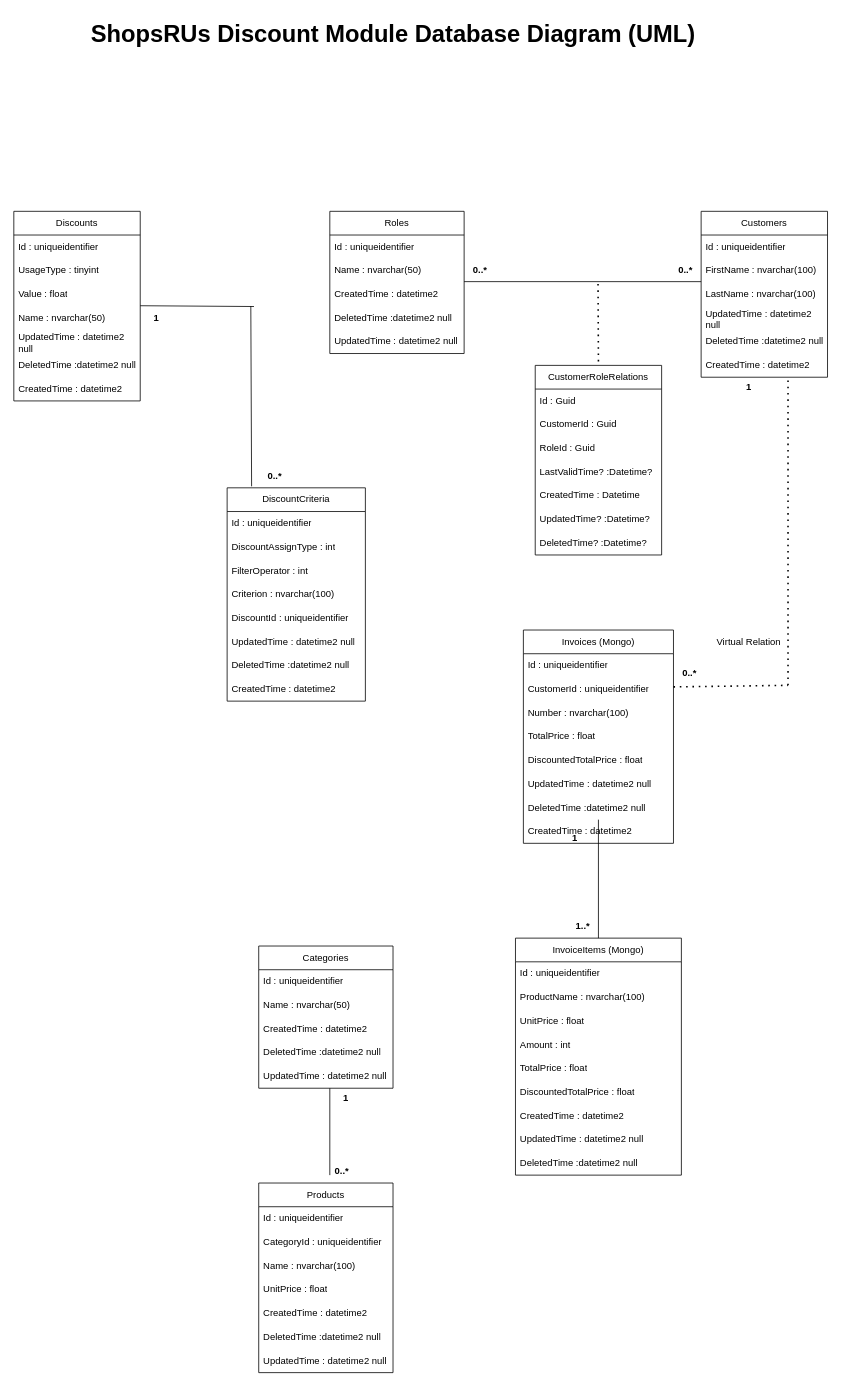
Above: _DbUml/db_uml.drawio in alperbasda/Shop (draw.io), before the change. Source tidied: cells renumbered, new cells numbered last; positions are measured from the earlier drawing's top-left corner, leaving out a move shared by most shapes. Both pictures are drawn from the tidied source at 79%, with x=0, y=0 at pixel (13, 13).
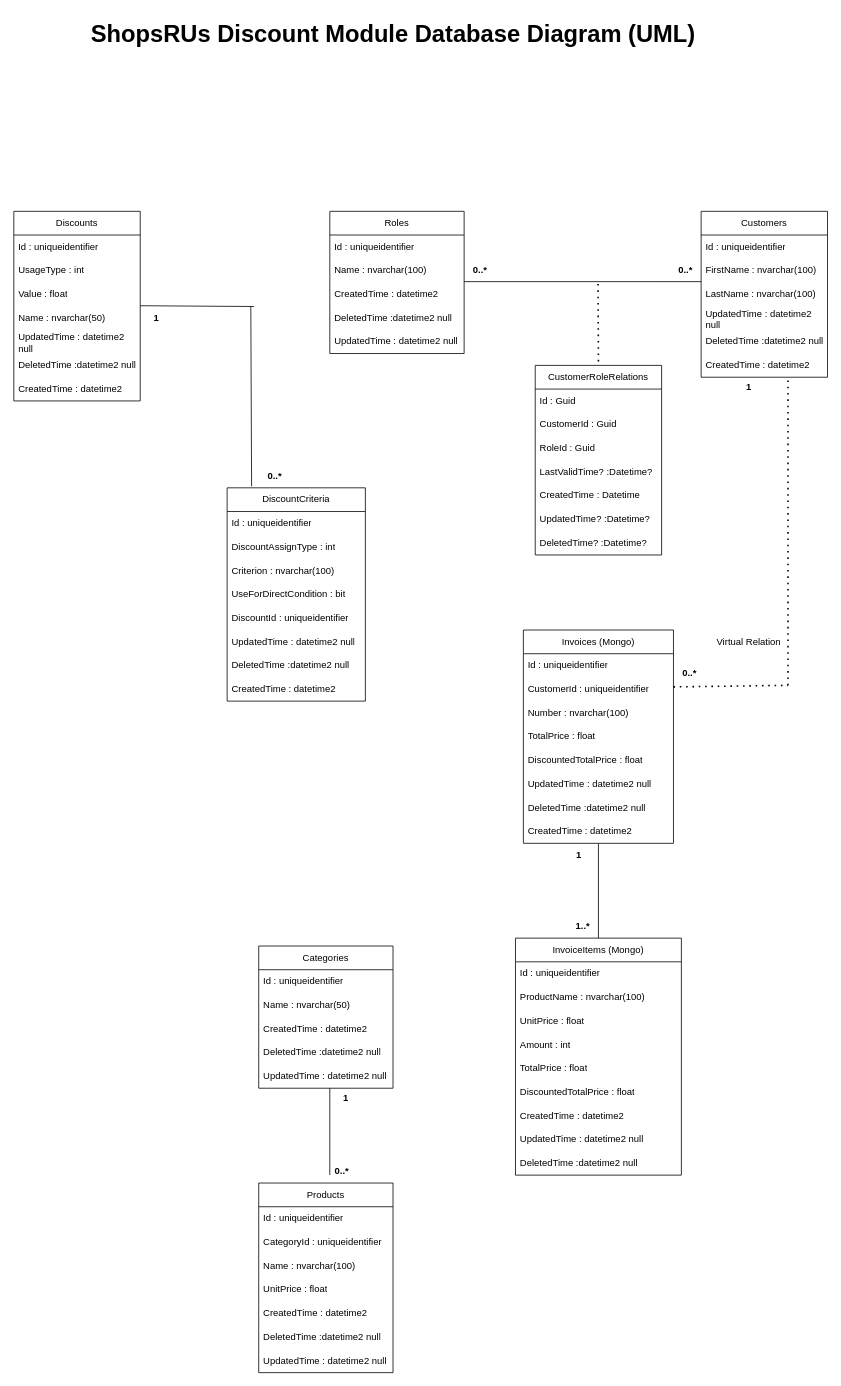
Above is the later version.

Unchanged cells that the change refers to:
```xml
<mxCell id="2" value="Roles" style="swimlane;fontStyle=0;horizontal=1;startSize=30;whiteSpace=wrap;html=1;" parent="1" vertex="1">
  <mxGeometry x="400" y="250" width="170" height="180" as="geometry" />
</mxCell>
<mxCell id="23" value="Discounts" style="swimlane;fontStyle=0;horizontal=1;startSize=30;whiteSpace=wrap;html=1;" parent="1" vertex="1">
  <mxGeometry y="250" width="160" height="240" as="geometry" />
</mxCell>
<mxCell id="31" value="DiscountCriteria" style="swimlane;fontStyle=0;horizontal=1;startSize=30;whiteSpace=wrap;html=1;" parent="1" vertex="1">
  <mxGeometry x="270" y="600" width="175" height="270" as="geometry" />
</mxCell>
<mxCell id="53" value="InvoiceItems (Mongo)" style="swimlane;fontStyle=0;horizontal=1;startSize=30;whiteSpace=wrap;html=1;" parent="1" vertex="1">
  <mxGeometry x="635" y="1170" width="210" height="300" as="geometry" />
</mxCell>
```

Change to the diagram source:
```diff
@@
-    <mxCell id="4" value="Name : nvarchar(50)" style="text;strokeColor=none;fillColor=none;align=left;verticalAlign=middle;spacingLeft=4;spacingRight=4;overflow=hidden;whiteSpace=wrap;html=1;" parent="2" vertex="1">
+    <mxCell id="4" value="Name : nvarchar(100)" style="text;strokeColor=none;fillColor=none;align=left;verticalAlign=middle;spacingLeft=4;spacingRight=4;overflow=hidden;whiteSpace=wrap;html=1;" parent="2" vertex="1">
       <mxGeometry y="60" width="170" height="30" as="geometry" />
     </mxCell>
@@
-    <mxCell id="25" value="UsageType :&amp;nbsp;tinyint" style="text;strokeColor=none;fillColor=none;align=left;verticalAlign=middle;spacingLeft=4;spacingRight=4;overflow=hidden;whiteSpace=wrap;html=1;" parent="23" vertex="1">
+    <mxCell id="25" value="UsageType : int" style="text;strokeColor=none;fillColor=none;align=left;verticalAlign=middle;spacingLeft=4;spacingRight=4;overflow=hidden;whiteSpace=wrap;html=1;" parent="23" vertex="1">
       <mxGeometry y="60" width="160" height="30" as="geometry" />
     </mxCell>
@@
-    <mxCell id="34" value="FilterOperator : int" style="text;strokeColor=none;fillColor=none;align=left;verticalAlign=middle;spacingLeft=4;spacingRight=4;overflow=hidden;whiteSpace=wrap;html=1;" parent="31" vertex="1">
-      <mxGeometry y="90" width="175" height="30" as="geometry" />
-    </mxCell>
     <mxCell id="35" value="Criterion : nvarchar(100)" style="text;strokeColor=none;fillColor=none;align=left;verticalAlign=middle;spacingLeft=4;spacingRight=4;overflow=hidden;whiteSpace=wrap;html=1;" parent="31" vertex="1">
-      <mxGeometry y="120" width="175" height="30" as="geometry" />
+      <mxGeometry y="90" width="175" height="30" as="geometry" />
     </mxCell>
+    <mxCell id="93" value="UseForDirectCondition : bit" style="text;strokeColor=none;fillColor=none;align=left;verticalAlign=middle;spacingLeft=4;spacingRight=4;overflow=hidden;whiteSpace=wrap;html=1;" parent="31" vertex="1">
+      <mxGeometry y="120" width="175" height="30" as="geometry" />
+    </mxCell>
@@
     <mxCell id="65" style="endArrow=none;html=1;rounded=0;exitX=0.5;exitY=0;exitDx=0;exitDy=0;" parent="1" edge="1" source="53">
       <mxGeometry relative="1" as="geometry">
-        <mxPoint x="740" y="1020" as="targetPoint" />
+        <mxPoint x="740" y="1050" as="targetPoint" />
       </mxGeometry>
     </mxCell>
     <mxCell id="66" value="&lt;b&gt;1&lt;/b&gt;" style="text;html=1;align=center;verticalAlign=middle;strokeColor=none;fillColor=none;" parent="1" vertex="1">
-      <mxGeometry x="695" y="1028" width="30" height="30" as="geometry" />
+      <mxGeometry x="700" y="1050" width="30" height="30" as="geometry" />
     </mxCell>
```
